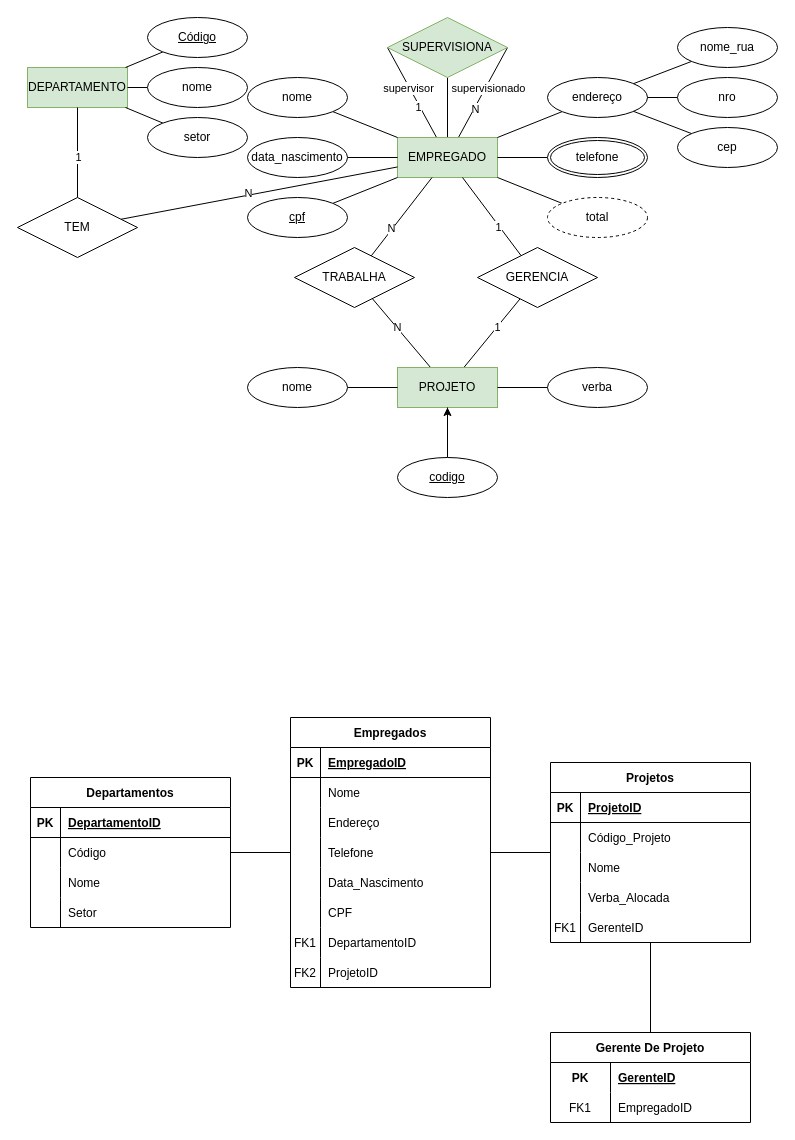
This is aula2-minimundo-empresa.drawio from AristoEinstein/db-fundamentals, a draw.io file, before an edit. Source tidied: cells renumbered, new cells numbered last; positions are measured from the earlier drawing's top-left corner, leaving out a move shared by most shapes. Both pictures are drawn from the tidied source at 100%, with x=0, y=0 at pixel (17, 17).
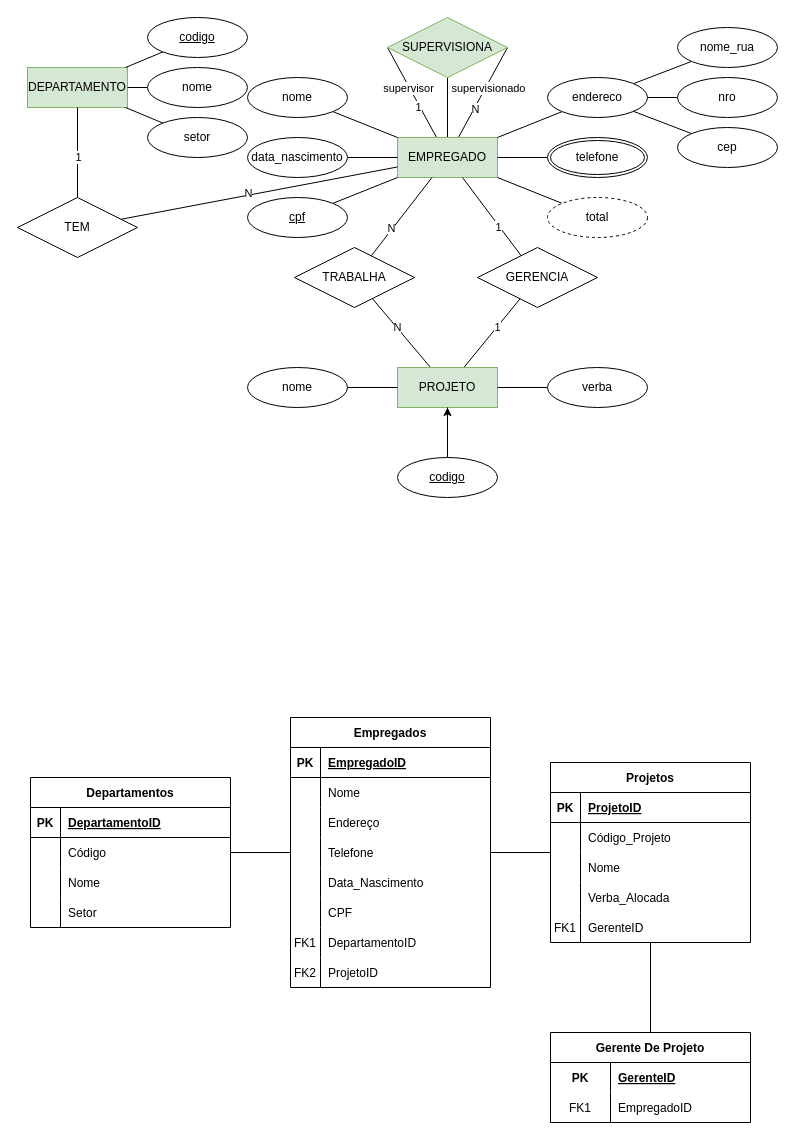
Above is the later version.

Diff of the diagram source:
```diff
@@
-    <mxCell id="68" value="Código" style="ellipse;whiteSpace=wrap;html=1;align=center;fontStyle=4;" parent="1" vertex="1">
+    <mxCell id="68" value="codigo" style="ellipse;whiteSpace=wrap;html=1;align=center;fontStyle=4;" parent="1" vertex="1">
       <mxGeometry x="130" width="100" height="40" as="geometry" />
     </mxCell>
@@
-    <mxCell id="84" value="endereço" style="ellipse;whiteSpace=wrap;html=1;align=center;" parent="1" vertex="1">
+    <mxCell id="84" value="endereco" style="ellipse;whiteSpace=wrap;html=1;align=center;" parent="1" vertex="1">
       <mxGeometry x="530" y="60" width="100" height="40" as="geometry" />
     </mxCell>
```
